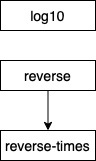
This is src/img/block-diagrams/HIPO_1.2.png from ElizabethKorzhova/FunctionalProgramming, a draw.io export, as it was before one commit. Source tidied: cells renumbered, new cells last; positions are measured from the earlier drawing's top-left corner, leaving out a move shared by most shapes. Source of this version:
```xml
<mxGraphModel>
  <root>
    <mxCell id="0" />
    <mxCell id="1" parent="0" />
    <mxCell id="2" value="&lt;span style=&quot;font-size: 14px ; text-align: justify ; background-color: rgb(255 , 255 , 255)&quot;&gt;log10&lt;/span&gt;" style="rounded=0;whiteSpace=wrap;html=1;" parent="1" vertex="1">
      <mxGeometry width="95" height="30" as="geometry" />
    </mxCell>
    <mxCell id="3" style="edgeStyle=orthogonalEdgeStyle;rounded=0;jettySize=auto;html=1;" parent="1" edge="1" source="4" target="5">
      <mxGeometry relative="1" as="geometry" />
    </mxCell>
    <mxCell id="4" value="&lt;span style=&quot;font-size: 14px ; text-align: justify ; background-color: rgb(255 , 255 , 255)&quot;&gt;reverse&lt;/span&gt;" style="rounded=0;whiteSpace=wrap;html=1;" parent="1" vertex="1">
      <mxGeometry y="60" width="95" height="30" as="geometry" />
    </mxCell>
    <mxCell id="5" value="&lt;div&gt;&lt;span style=&quot;font-family: , &amp;#34;menlo&amp;#34; , &amp;#34;monaco&amp;#34; , &amp;#34;consolas&amp;#34; , &amp;#34;courier new&amp;#34; , monospace ; font-size: 14px ; background-color: rgb(255 , 255 , 255)&quot;&gt;reverse-times&lt;/span&gt;&lt;br&gt;&lt;/div&gt;" style="rounded=0;whiteSpace=wrap;html=1;" parent="1" vertex="1">
      <mxGeometry y="130" width="95" height="30" as="geometry" />
    </mxCell>
  </root>
</mxGraphModel>
```
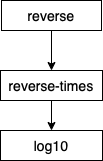
Above is the later version.

Commit message:
replaced some HIPO

Diff of the diagram source:
```diff
@@ -2,17 +2,25 @@
   <root>
     <mxCell id="0" />
     <mxCell id="1" parent="0" />
+    <mxCell id="6" style="edgeStyle=orthogonalEdgeStyle;rounded=0;jettySize=auto;html=1;" parent="1" edge="1" source="5" target="2">
+      <mxGeometry relative="1" as="geometry" />
+    </mxCell>
+    <mxCell id="5" value="&lt;span style=&quot;font-size: 14px ; text-align: justify ; background-color: rgb(255 , 255 , 255)&quot;&gt;reverse-times&lt;/span&gt;" style="rounded=0;whiteSpace=wrap;html=1;" parent="1" vertex="1">
+      <mxGeometry x="2" y="20" width="102" height="30" as="geometry" />
+    </mxCell>
-    <mxCell id="2" value="&lt;span style=&quot;font-size: 14px ; text-align: justify ; background-color: rgb(255 , 255 , 255)&quot;&gt;log10&lt;/span&gt;" style="rounded=0;whiteSpace=wrap;html=1;" parent="1" vertex="1">
-      <mxGeometry width="95" height="30" as="geometry" />
+    <mxCell id="2" value="&lt;span style=&quot;font-family: , &amp;#34;menlo&amp;#34; , &amp;#34;monaco&amp;#34; , &amp;#34;consolas&amp;#34; , &amp;#34;courier new&amp;#34; , monospace ; font-size: 14px ; text-align: justify ; background-color: rgb(255 , 255 , 255)&quot;&gt;log10&lt;/span&gt;" style="rounded=0;whiteSpace=wrap;html=1;" parent="1" vertex="1">
+      <mxGeometry x="2" y="80" width="102" height="30" as="geometry" />
     </mxCell>
     <mxCell id="3" style="edgeStyle=orthogonalEdgeStyle;rounded=0;jettySize=auto;html=1;" parent="1" edge="1" source="4" target="5">
-      <mxGeometry relative="1" as="geometry" />
+      <mxGeometry relative="1" as="geometry">
+        <Array as="points">
+          <mxPoint x="53" />
+          <mxPoint x="53" />
+        </Array>
+      </mxGeometry>
     </mxCell>
     <mxCell id="4" value="&lt;span style=&quot;font-size: 14px ; text-align: justify ; background-color: rgb(255 , 255 , 255)&quot;&gt;reverse&lt;/span&gt;" style="rounded=0;whiteSpace=wrap;html=1;" parent="1" vertex="1">
-      <mxGeometry y="60" width="95" height="30" as="geometry" />
+      <mxGeometry x="3" y="-50" width="100" height="30" as="geometry" />
     </mxCell>
-    <mxCell id="5" value="&lt;div&gt;&lt;span style=&quot;font-family: , &amp;#34;menlo&amp;#34; , &amp;#34;monaco&amp;#34; , &amp;#34;consolas&amp;#34; , &amp;#34;courier new&amp;#34; , monospace ; font-size: 14px ; background-color: rgb(255 , 255 , 255)&quot;&gt;reverse-times&lt;/span&gt;&lt;br&gt;&lt;/div&gt;" style="rounded=0;whiteSpace=wrap;html=1;" parent="1" vertex="1">
-      <mxGeometry y="130" width="95" height="30" as="geometry" />
-    </mxCell>
   </root>
 </mxGraphModel>
```
